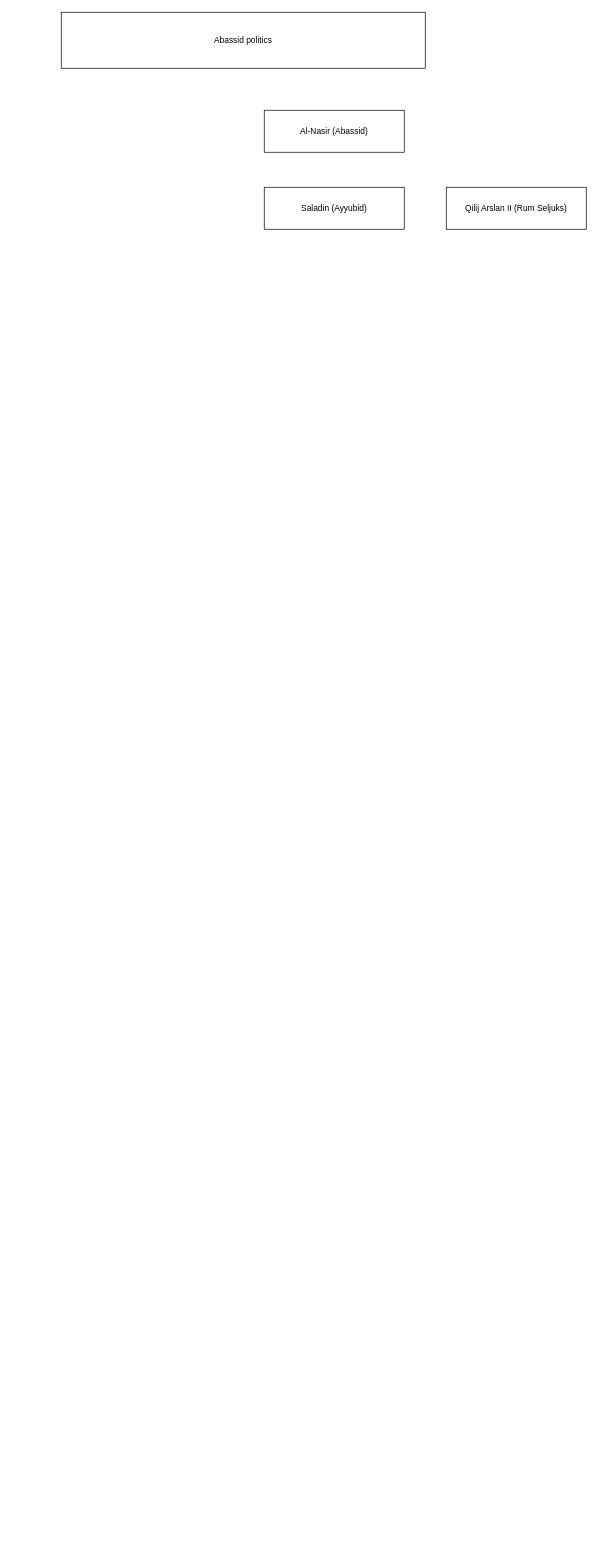
azryzdy/hobbies keeps this draw.io diagram as page "Al-Nāṣir li-Dīn Allāh" (47 of 47) of Islam Groupings.drawio. Above is the earlier version. Source tidied: cells renumbered, new cells numbered last; positions are measured from the earlier drawing's top-left corner, leaving out a move shared by most shapes. Both pictures are drawn from the tidied source at 70%, with x=0, y=0 at pixel (61, 12).
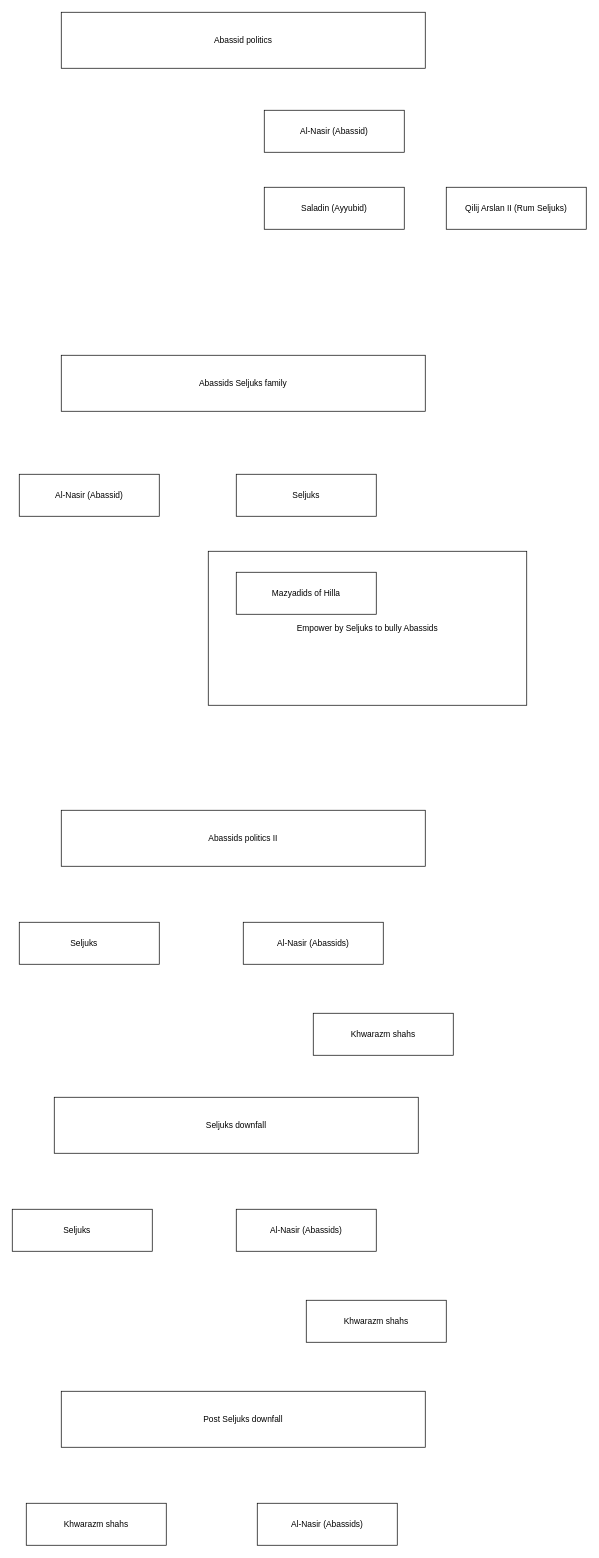
The same diagram, later.

Change to the diagram source:
```diff
@@
+    <mxCell id="6" value="Empower by Seljuks to bully Abassids" style="rounded=0;whiteSpace=wrap;html=1;" parent="1" vertex="1">
+      <mxGeometry x="210" y="770" width="455" height="220" as="geometry" />
+    </mxCell>
@@
+    <mxCell id="7" value="Abassids Seljuks family" style="rounded=0;whiteSpace=wrap;html=1;" parent="1" vertex="1">
+      <mxGeometry y="490" width="520" height="80" as="geometry" />
+    </mxCell>
+    <mxCell id="8" value="Al-Nasir (Abassid)" style="rounded=0;whiteSpace=wrap;html=1;" parent="1" vertex="1">
+      <mxGeometry x="-60" y="660" width="200" height="60" as="geometry" />
+    </mxCell>
+    <mxCell id="9" value="Seljuks " style="rounded=0;whiteSpace=wrap;html=1;" parent="1" vertex="1">
+      <mxGeometry x="250" y="660" width="200" height="60" as="geometry" />
+    </mxCell>
+    <mxCell id="10" value="Mazyadids of Hilla" style="rounded=0;whiteSpace=wrap;html=1;" parent="1" vertex="1">
+      <mxGeometry x="250" y="800" width="200" height="60" as="geometry" />
+    </mxCell>
+    <mxCell id="11" value="Abassids politics II" style="rounded=0;whiteSpace=wrap;html=1;" parent="1" vertex="1">
+      <mxGeometry y="1140" width="520" height="80" as="geometry" />
+    </mxCell>
+    <mxCell id="12" value="Al-Nasir (Abassids) " style="rounded=0;whiteSpace=wrap;html=1;" parent="1" vertex="1">
+      <mxGeometry x="260" y="1300" width="200" height="60" as="geometry" />
+    </mxCell>
+    <mxCell id="13" value="Seljuks&lt;span style=&quot;white-space: pre;&quot;&gt;&#9;&lt;/span&gt;" style="rounded=0;whiteSpace=wrap;html=1;" parent="1" vertex="1">
+      <mxGeometry x="-60" y="1300" width="200" height="60" as="geometry" />
+    </mxCell>
+    <mxCell id="14" value="Khwarazm shahs" style="rounded=0;whiteSpace=wrap;html=1;" parent="1" vertex="1">
+      <mxGeometry x="360" y="1430" width="200" height="60" as="geometry" />
+    </mxCell>
+    <mxCell id="15" value="Post Seljuks downfall" style="rounded=0;whiteSpace=wrap;html=1;" parent="1" vertex="1">
+      <mxGeometry y="1970" width="520" height="80" as="geometry" />
+    </mxCell>
+    <mxCell id="16" value="Al-Nasir (Abassids) " style="rounded=0;whiteSpace=wrap;html=1;" parent="1" vertex="1">
+      <mxGeometry x="280" y="2130" width="200" height="60" as="geometry" />
+    </mxCell>
+    <mxCell id="17" value="Khwarazm shahs" style="rounded=0;whiteSpace=wrap;html=1;" parent="1" vertex="1">
+      <mxGeometry x="-50" y="2130" width="200" height="60" as="geometry" />
+    </mxCell>
+    <mxCell id="18" value="Seljuks downfall" style="rounded=0;whiteSpace=wrap;html=1;" parent="1" vertex="1">
+      <mxGeometry x="-10" y="1550" width="520" height="80" as="geometry" />
+    </mxCell>
+    <mxCell id="19" value="Al-Nasir (Abassids) " style="rounded=0;whiteSpace=wrap;html=1;" parent="1" vertex="1">
+      <mxGeometry x="250" y="1710" width="200" height="60" as="geometry" />
+    </mxCell>
+    <mxCell id="20" value="Seljuks&lt;span style=&quot;white-space: pre;&quot;&gt;&#9;&lt;/span&gt;" style="rounded=0;whiteSpace=wrap;html=1;" parent="1" vertex="1">
+      <mxGeometry x="-70" y="1710" width="200" height="60" as="geometry" />
+    </mxCell>
+    <mxCell id="21" value="Khwarazm shahs" style="rounded=0;whiteSpace=wrap;html=1;" parent="1" vertex="1">
+      <mxGeometry x="350" y="1840" width="200" height="60" as="geometry" />
+    </mxCell>
```
